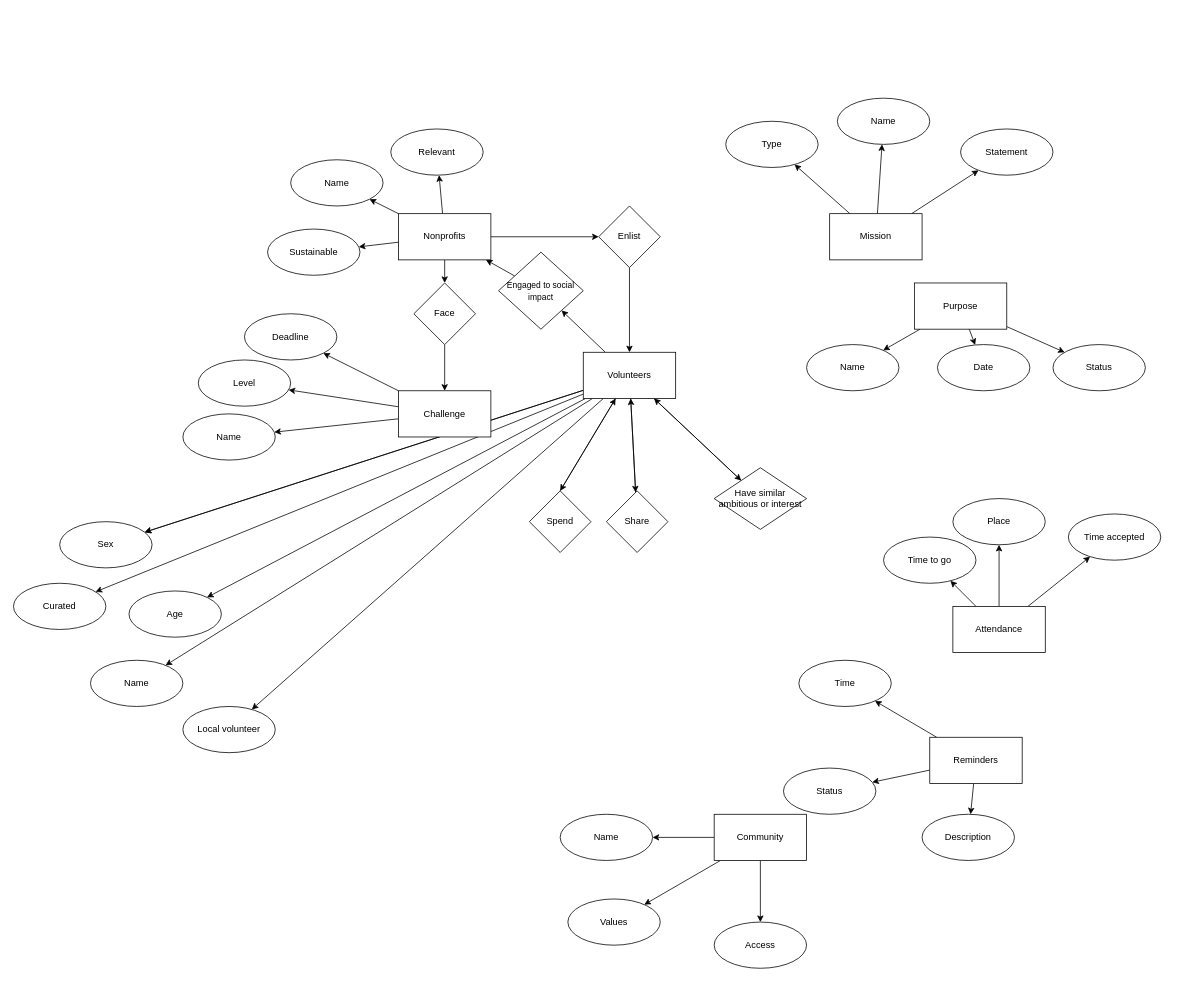
This is Untitled Diagram.drawio from thenemy/hi-all, a draw.io file, before an edit. Source tidied: cells renumbered, new cells numbered last; positions are measured from the earlier drawing's top-left corner, leaving out a move shared by most shapes. Both pictures are drawn from the tidied source at 77%, with x=0, y=0 at pixel (13, 98).
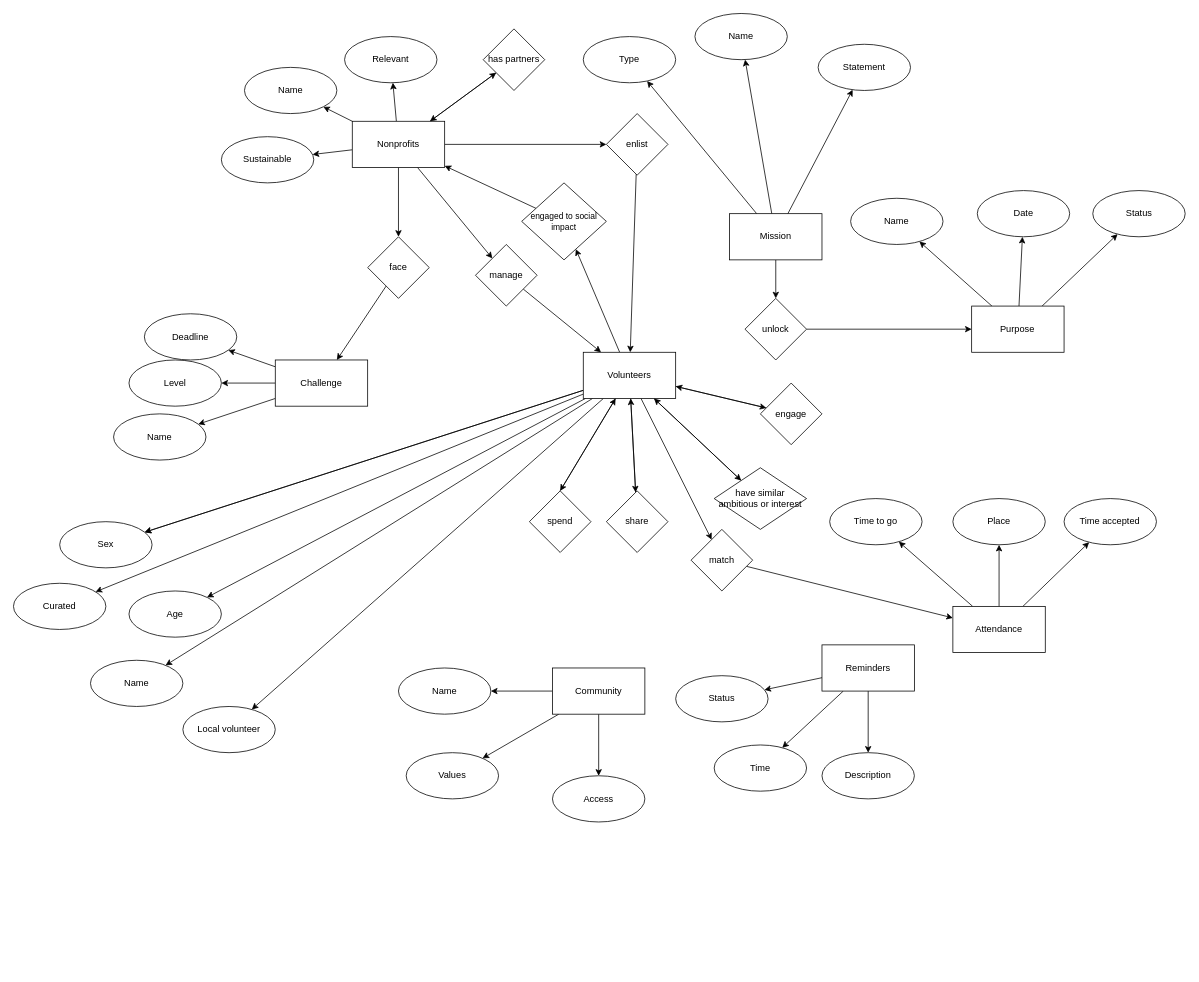
Above is the later version.

Unchanged cells that the change refers to:
```xml
<mxCell id="22" value="Volunteers" style="rounded=0;whiteSpace=wrap;html=1;" parent="1" vertex="1">
  <mxGeometry x="740" y="330" width="120" height="60" as="geometry" />
</mxCell>
<mxCell id="42" value="Attendance" style="rounded=0;whiteSpace=wrap;html=1;" parent="1" vertex="1">
  <mxGeometry x="1220" y="660" width="120" height="60" as="geometry" />
</mxCell>
```

The edit, as a diff of the source:
```diff
@@
-    <mxCell id="5" style="edgeStyle=none;rounded=0;jettySize=auto;html=1;" parent="1" edge="1" source="7" target="70">
+    <mxCell id="5" style="edgeStyle=orthogonalEdgeStyle;rounded=0;jettySize=auto;html=1;" parent="1" edge="1" source="7" target="70">
       <mxGeometry relative="1" as="geometry" />
     </mxCell>
@@
+    <mxCell id="81" style="edgeStyle=none;rounded=0;jettySize=auto;html=1;fontSize=11;" parent="1" edge="1" source="7" target="91">
+      <mxGeometry relative="1" as="geometry" />
+    </mxCell>
+    <mxCell id="82" style="edgeStyle=none;rounded=0;jettySize=auto;html=1;fontSize=11;" parent="1" edge="1" source="7" target="93">
+      <mxGeometry relative="1" as="geometry" />
+    </mxCell>
     <mxCell id="7" value="Nonprofits" style="rounded=0;whiteSpace=wrap;html=1;" parent="1" vertex="1">
-      <mxGeometry x="500" y="150" width="120" height="60" as="geometry" />
+      <mxGeometry x="440" y="30" width="120" height="60" as="geometry" />
     </mxCell>
@@
     <mxCell id="11" value="Purpose" style="rounded=0;whiteSpace=wrap;html=1;" parent="1" vertex="1">
-      <mxGeometry x="1170" y="240" width="120" height="60" as="geometry" />
+      <mxGeometry x="1244.4" y="270" width="120" height="60" as="geometry" />
     </mxCell>
@@
+    <mxCell id="83" style="edgeStyle=none;rounded=0;jettySize=auto;html=1;fontSize=11;" parent="1" edge="1" source="22" target="89">
+      <mxGeometry relative="1" as="geometry" />
+    </mxCell>
+    <mxCell id="84" style="edgeStyle=none;rounded=0;jettySize=auto;html=1;fontSize=11;" parent="1" edge="1" source="22" target="95">
+      <mxGeometry relative="1" as="geometry" />
+    </mxCell>
@@
     <mxCell id="26" value="Reminders" style="rounded=0;whiteSpace=wrap;html=1;" parent="1" vertex="1">
-      <mxGeometry x="1190" y="830" width="120" height="60" as="geometry" />
+      <mxGeometry x="1050" y="710" width="120" height="60" as="geometry" />
     </mxCell>
@@
     <mxCell id="30" value="Community" style="rounded=0;whiteSpace=wrap;html=1;" parent="1" vertex="1">
-      <mxGeometry x="910" y="930" width="120" height="60" as="geometry" />
+      <mxGeometry x="700" y="740" width="120" height="60" as="geometry" />
     </mxCell>
@@
+    <mxCell id="85" style="edgeStyle=none;rounded=0;jettySize=auto;html=1;fontSize=11;" parent="1" edge="1" source="34" target="87">
+      <mxGeometry relative="1" as="geometry" />
+    </mxCell>
     <mxCell id="34" value="Mission" style="rounded=0;whiteSpace=wrap;html=1;" parent="1" vertex="1">
-      <mxGeometry x="1060" y="150" width="120" height="60" as="geometry" />
+      <mxGeometry x="930" y="150" width="120" height="60" as="geometry" />
     </mxCell>
@@
     <mxCell id="38" value="Challenge" style="rounded=0;whiteSpace=wrap;html=1;" parent="1" vertex="1">
-      <mxGeometry x="500" y="380" width="120" height="60" as="geometry" />
+      <mxGeometry x="340" y="340" width="120" height="60" as="geometry" />
     </mxCell>
@@
     <mxCell id="43" value="Sustainable" style="ellipse;whiteSpace=wrap;html=1;rounded=0;" parent="1" vertex="1">
-      <mxGeometry x="330" y="170" width="120" height="60" as="geometry" />
+      <mxGeometry x="270" y="50" width="120" height="60" as="geometry" />
     </mxCell>
     <mxCell id="44" value="Relevant" style="ellipse;whiteSpace=wrap;html=1;rounded=0;" parent="1" vertex="1">
-      <mxGeometry x="490" y="40" width="120" height="60" as="geometry" />
+      <mxGeometry x="430" y="-80" width="120" height="60" as="geometry" />
     </mxCell>
     <mxCell id="45" value="Type" style="ellipse;whiteSpace=wrap;html=1;rounded=0;" parent="1" vertex="1">
-      <mxGeometry x="925" y="30" width="120" height="60" as="geometry" />
+      <mxGeometry x="740" y="-80" width="120" height="60" as="geometry" />
     </mxCell>
     <mxCell id="46" value="Statement" style="ellipse;whiteSpace=wrap;html=1;rounded=0;" parent="1" vertex="1">
-      <mxGeometry x="1230" y="40" width="120" height="60" as="geometry" />
+      <mxGeometry x="1045" y="-70" width="120" height="60" as="geometry" />
     </mxCell>
     <mxCell id="47" value="Name" style="ellipse;whiteSpace=wrap;html=1;rounded=0;" parent="1" vertex="1">
-      <mxGeometry x="1070" width="120" height="60" as="geometry" />
+      <mxGeometry x="885" y="-110" width="120" height="60" as="geometry" />
     </mxCell>
@@
     <mxCell id="53" value="Name" style="ellipse;whiteSpace=wrap;html=1;rounded=0;" parent="1" vertex="1">
-      <mxGeometry x="710" y="930" width="120" height="60" as="geometry" />
+      <mxGeometry x="500" y="740" width="120" height="60" as="geometry" />
     </mxCell>
     <mxCell id="54" value="Values" style="ellipse;whiteSpace=wrap;html=1;rounded=0;" parent="1" vertex="1">
-      <mxGeometry x="720" y="1040" width="120" height="60" as="geometry" />
+      <mxGeometry x="510" y="850" width="120" height="60" as="geometry" />
     </mxCell>
     <mxCell id="55" value="Access" style="ellipse;whiteSpace=wrap;html=1;rounded=0;" parent="1" vertex="1">
-      <mxGeometry x="910" y="1070" width="120" height="60" as="geometry" />
+      <mxGeometry x="700" y="880" width="120" height="60" as="geometry" />
     </mxCell>
     <mxCell id="56" value="Name" style="ellipse;whiteSpace=wrap;html=1;rounded=0;" parent="1" vertex="1">
-      <mxGeometry x="1030" y="320" width="120" height="60" as="geometry" />
+      <mxGeometry x="1087.2" y="130" width="120" height="60" as="geometry" />
     </mxCell>
     <mxCell id="57" value="Date" style="ellipse;whiteSpace=wrap;html=1;rounded=0;" parent="1" vertex="1">
-      <mxGeometry x="1200" y="320" width="120" height="60" as="geometry" />
+      <mxGeometry x="1251.7" y="120" width="120" height="60" as="geometry" />
     </mxCell>
     <mxCell id="58" value="Status" style="ellipse;whiteSpace=wrap;html=1;rounded=0;" parent="1" vertex="1">
-      <mxGeometry x="1350" y="320" width="120" height="60" as="geometry" />
+      <mxGeometry x="1401.7" y="120" width="120" height="60" as="geometry" />
     </mxCell>
     <mxCell id="59" value="Description" style="ellipse;whiteSpace=wrap;html=1;rounded=0;" parent="1" vertex="1">
-      <mxGeometry x="1180" y="930" width="120" height="60" as="geometry" />
+      <mxGeometry x="1050" y="850" width="120" height="60" as="geometry" />
     </mxCell>
     <mxCell id="60" value="Status" style="ellipse;whiteSpace=wrap;html=1;rounded=0;" parent="1" vertex="1">
-      <mxGeometry x="1000" y="870" width="120" height="60" as="geometry" />
+      <mxGeometry x="860" y="750" width="120" height="60" as="geometry" />
     </mxCell>
     <mxCell id="61" value="Time" style="ellipse;whiteSpace=wrap;html=1;rounded=0;" parent="1" vertex="1">
-      <mxGeometry x="1020" y="730" width="120" height="60" as="geometry" />
+      <mxGeometry x="910" y="840" width="120" height="60" as="geometry" />
     </mxCell>
     <mxCell id="62" value="Time accepted" style="ellipse;whiteSpace=wrap;html=1;rounded=0;" parent="1" vertex="1">
-      <mxGeometry x="1370" y="540" width="120" height="60" as="geometry" />
+      <mxGeometry x="1364.4" y="520" width="120" height="60" as="geometry" />
     </mxCell>
     <mxCell id="63" value="Time to go" style="ellipse;whiteSpace=wrap;html=1;rounded=0;" parent="1" vertex="1">
-      <mxGeometry x="1130" y="570" width="120" height="60" as="geometry" />
+      <mxGeometry x="1060" y="520" width="120" height="60" as="geometry" />
     </mxCell>
@@
     <mxCell id="65" value="Name" style="ellipse;whiteSpace=wrap;html=1;rounded=0;" parent="1" vertex="1">
-      <mxGeometry x="220" y="410" width="120" height="60" as="geometry" />
+      <mxGeometry x="130" y="410" width="120" height="60" as="geometry" />
     </mxCell>
     <mxCell id="66" value="Level" style="ellipse;whiteSpace=wrap;html=1;rounded=0;" parent="1" vertex="1">
-      <mxGeometry x="240" y="340" width="120" height="60" as="geometry" />
+      <mxGeometry x="150" y="340" width="120" height="60" as="geometry" />
     </mxCell>
     <mxCell id="67" value="Deadline" style="ellipse;whiteSpace=wrap;html=1;rounded=0;" parent="1" vertex="1">
-      <mxGeometry x="300" y="280" width="120" height="60" as="geometry" />
+      <mxGeometry x="170" y="280" width="120" height="60" as="geometry" />
     </mxCell>
     <mxCell id="68" value="Name" style="ellipse;whiteSpace=wrap;html=1;rounded=0;" parent="1" vertex="1">
-      <mxGeometry x="360" y="80" width="120" height="60" as="geometry" />
+      <mxGeometry x="300" y="-40" width="120" height="60" as="geometry" />
     </mxCell>
-    <mxCell id="69" style="edgeStyle=none;rounded=0;jettySize=auto;html=1;" parent="1" edge="1" source="70" target="38">
+    <mxCell id="69" style="rounded=0;jettySize=auto;html=1;" parent="1" edge="1" source="70" target="38">
       <mxGeometry relative="1" as="geometry" />
     </mxCell>
-    <mxCell id="70" value="Face" style="rhombus;whiteSpace=wrap;html=1;rounded=0;" parent="1" vertex="1">
-      <mxGeometry x="520" y="240" width="80" height="80" as="geometry" />
+    <mxCell id="70" value="face" style="rhombus;whiteSpace=wrap;html=1;rounded=0;" parent="1" vertex="1">
+      <mxGeometry x="460" y="180" width="80" height="80" as="geometry" />
     </mxCell>
@@
-    <mxCell id="72" value="Enlist" style="rhombus;whiteSpace=wrap;html=1;rounded=0;" parent="1" vertex="1">
-      <mxGeometry x="760" y="140" width="80" height="80" as="geometry" />
+    <mxCell id="72" value="enlist" style="rhombus;whiteSpace=wrap;html=1;rounded=0;" parent="1" vertex="1">
+      <mxGeometry x="770" y="20" width="80" height="80" as="geometry" />
     </mxCell>
@@
-    <mxCell id="74" value="&lt;div&gt;&lt;span&gt;&lt;font style=&quot;font-size: 11px&quot;&gt;Engaged to social impact&lt;/font&gt;&lt;/span&gt;&lt;/div&gt;" style="rhombus;whiteSpace=wrap;html=1;rounded=0;align=center;" parent="1" vertex="1">
-      <mxGeometry x="630" y="200" width="110" height="100" as="geometry" />
+    <mxCell id="74" value="&lt;div&gt;&lt;span&gt;&lt;font style=&quot;font-size: 11px&quot;&gt;engaged to social impact&lt;/font&gt;&lt;/span&gt;&lt;/div&gt;" style="rhombus;whiteSpace=wrap;html=1;rounded=0;align=center;" parent="1" vertex="1">
+      <mxGeometry x="660" y="110" width="110" height="100" as="geometry" />
     </mxCell>
@@
-    <mxCell id="76" value="Share" style="rhombus;whiteSpace=wrap;html=1;rounded=0;" parent="1" vertex="1">
+    <mxCell id="76" value="share" style="rhombus;whiteSpace=wrap;html=1;rounded=0;" parent="1" vertex="1">
       <mxGeometry x="770" y="510" width="80" height="80" as="geometry" />
     </mxCell>
@@
-    <mxCell id="78" value="Spend" style="rhombus;whiteSpace=wrap;html=1;rounded=0;" parent="1" vertex="1">
+    <mxCell id="78" value="spend" style="rhombus;whiteSpace=wrap;html=1;rounded=0;" parent="1" vertex="1">
       <mxGeometry x="670" y="510" width="80" height="80" as="geometry" />
     </mxCell>
@@
-    <mxCell id="80" value="Have similar ambitious or interest" style="rhombus;whiteSpace=wrap;html=1;rounded=0;" parent="1" vertex="1">
+    <mxCell id="80" value="have similar ambitious or interest" style="rhombus;whiteSpace=wrap;html=1;rounded=0;" parent="1" vertex="1">
       <mxGeometry x="910" y="480" width="120" height="80" as="geometry" />
     </mxCell>
+    <mxCell id="86" style="edgeStyle=none;rounded=0;jettySize=auto;html=1;fontSize=11;" parent="1" edge="1" source="87" target="11">
+      <mxGeometry relative="1" as="geometry" />
+    </mxCell>
+    <mxCell id="87" value="unlock" style="rhombus;whiteSpace=wrap;html=1;rounded=0;" parent="1" vertex="1">
+      <mxGeometry x="950" y="260" width="80" height="80" as="geometry" />
+    </mxCell>
+    <mxCell id="88" style="edgeStyle=none;rounded=0;jettySize=auto;html=1;fontSize=11;" parent="1" edge="1" source="89" target="22">
+      <mxGeometry relative="1" as="geometry" />
+    </mxCell>
+    <mxCell id="89" value="engage" style="rhombus;whiteSpace=wrap;html=1;rounded=0;" parent="1" vertex="1">
+      <mxGeometry x="970" y="370" width="80" height="80" as="geometry" />
+    </mxCell>
+    <mxCell id="90" style="edgeStyle=none;rounded=0;jettySize=auto;html=1;fontSize=11;" parent="1" edge="1" source="91" target="22">
+      <mxGeometry relative="1" as="geometry" />
+    </mxCell>
+    <mxCell id="91" value="manage" style="rhombus;whiteSpace=wrap;html=1;rounded=0;" parent="1" vertex="1">
+      <mxGeometry x="600" y="190" width="80" height="80" as="geometry" />
+    </mxCell>
+    <mxCell id="92" style="edgeStyle=none;rounded=0;jettySize=auto;html=1;fontSize=11;" parent="1" edge="1" source="93" target="7">
+      <mxGeometry relative="1" as="geometry" />
+    </mxCell>
+    <mxCell id="93" value="has partners" style="rhombus;whiteSpace=wrap;html=1;rounded=0;" parent="1" vertex="1">
+      <mxGeometry x="610" y="-90" width="80" height="80" as="geometry" />
+    </mxCell>
+    <mxCell id="94" style="edgeStyle=none;rounded=0;jettySize=auto;html=1;fontSize=11;" parent="1" edge="1" source="95" target="42">
+      <mxGeometry relative="1" as="geometry" />
+    </mxCell>
+    <mxCell id="95" value="match" style="rhombus;whiteSpace=wrap;html=1;rounded=0;" parent="1" vertex="1">
+      <mxGeometry x="880" y="560" width="80" height="80" as="geometry" />
+    </mxCell>
```
